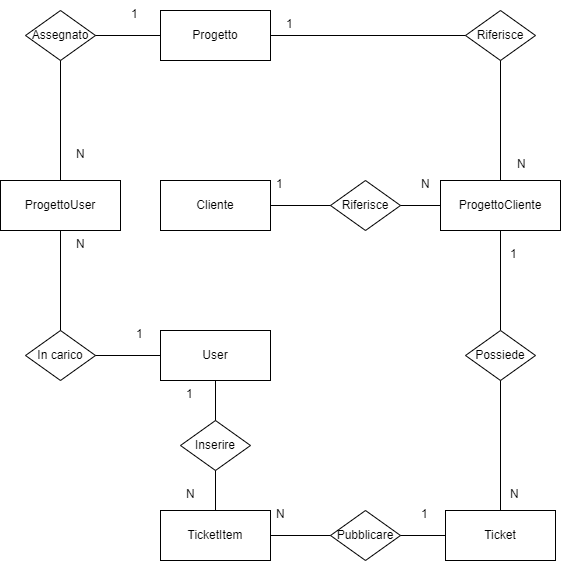
Earlier version of the draw.io export images/diagrammaBase.png (Fawy01/Tesi). Source tidied: cells renumbered, new cells last; positions are measured from the earlier drawing's top-left corner, leaving out a move shared by most shapes. Its diagram source:
```xml
<mxGraphModel>
  <root>
    <mxCell id="0" />
    <mxCell id="1" parent="0" />
    <mxCell id="2" value="Cliente" style="html=1;whiteSpace=wrap;" parent="1" vertex="1">
      <mxGeometry x="160" y="180" width="110" height="50" as="geometry" />
    </mxCell>
    <mxCell id="3" value="User" style="html=1;whiteSpace=wrap;" parent="1" vertex="1">
      <mxGeometry x="160" y="330" width="110" height="50" as="geometry" />
    </mxCell>
    <mxCell id="4" value="Progetto" style="html=1;whiteSpace=wrap;" parent="1" vertex="1">
      <mxGeometry x="160" y="10" width="110" height="50" as="geometry" />
    </mxCell>
    <mxCell id="5" value="Ticket" style="html=1;whiteSpace=wrap;" parent="1" vertex="1">
      <mxGeometry x="445" y="510" width="110" height="50" as="geometry" />
    </mxCell>
    <mxCell id="6" value="TicketItem" style="html=1;whiteSpace=wrap;" parent="1" vertex="1">
      <mxGeometry x="160" y="510" width="110" height="50" as="geometry" />
    </mxCell>
    <mxCell id="7" value="N" style="text;strokeColor=none;fillColor=none;spacingLeft=4;spacingRight=4;overflow=hidden;fontSize=12;whiteSpace=wrap;html=1;" parent="1" vertex="1">
      <mxGeometry x="415" y="170" width="25" height="30" as="geometry" />
    </mxCell>
    <mxCell id="8" value="N" style="text;strokeColor=none;fillColor=none;spacingLeft=4;spacingRight=4;overflow=hidden;fontSize=12;whiteSpace=wrap;html=1;" parent="1" vertex="1">
      <mxGeometry x="511" y="150" width="24" height="30" as="geometry" />
    </mxCell>
    <mxCell id="9" value="ProgettoCliente" style="html=1;whiteSpace=wrap;" parent="1" vertex="1">
      <mxGeometry x="440" y="180" width="120" height="50" as="geometry" />
    </mxCell>
    <mxCell id="10" value="1" style="text;strokeColor=none;fillColor=none;spacingLeft=4;spacingRight=4;overflow=hidden;fontSize=12;whiteSpace=wrap;html=1;" parent="1" vertex="1">
      <mxGeometry x="270" y="170" width="40" height="30" as="geometry" />
    </mxCell>
    <mxCell id="11" value="1" style="text;strokeColor=none;fillColor=none;spacingLeft=4;spacingRight=4;overflow=hidden;fontSize=12;whiteSpace=wrap;html=1;" parent="1" vertex="1">
      <mxGeometry x="280" y="10" width="30" height="30" as="geometry" />
    </mxCell>
    <mxCell id="12" style="endArrow=none;html=1;rounded=0;exitX=0.5;exitY=1;exitDx=0;exitDy=0;entryX=0.5;entryY=0;entryDx=0;entryDy=0;" parent="1" edge="1" source="9" target="19">
      <mxGeometry relative="1" as="geometry" />
    </mxCell>
    <mxCell id="13" value="Riferisce" style="shape=rhombus;perimeter=rhombusPerimeter;whiteSpace=wrap;html=1;align=center;" parent="1" vertex="1">
      <mxGeometry x="330" y="180" width="70" height="50" as="geometry" />
    </mxCell>
    <mxCell id="14" style="endArrow=none;html=1;rounded=0;exitX=0;exitY=0.5;exitDx=0;exitDy=0;entryX=1;entryY=0.5;entryDx=0;entryDy=0;" parent="1" edge="1" source="9" target="13">
      <mxGeometry relative="1" as="geometry" />
    </mxCell>
    <mxCell id="15" style="endArrow=none;html=1;rounded=0;entryX=1;entryY=0.5;entryDx=0;entryDy=0;" parent="1" edge="1" target="2">
      <mxGeometry relative="1" as="geometry">
        <mxPoint x="330" y="205" as="sourcePoint" />
      </mxGeometry>
    </mxCell>
    <mxCell id="16" value="Riferisce" style="shape=rhombus;perimeter=rhombusPerimeter;whiteSpace=wrap;html=1;align=center;" parent="1" vertex="1">
      <mxGeometry x="465" y="10" width="70" height="50" as="geometry" />
    </mxCell>
    <mxCell id="17" style="endArrow=none;html=1;rounded=0;entryX=0.5;entryY=0;entryDx=0;entryDy=0;exitX=0.5;exitY=1;exitDx=0;exitDy=0;" parent="1" edge="1" source="16" target="9">
      <mxGeometry relative="1" as="geometry" />
    </mxCell>
    <mxCell id="18" style="endArrow=none;html=1;rounded=0;entryX=0;entryY=0.5;entryDx=0;entryDy=0;exitX=1;exitY=0.5;exitDx=0;exitDy=0;" parent="1" edge="1" source="4" target="16">
      <mxGeometry relative="1" as="geometry" />
    </mxCell>
    <mxCell id="19" value="Possiede" style="shape=rhombus;perimeter=rhombusPerimeter;whiteSpace=wrap;html=1;align=center;" parent="1" vertex="1">
      <mxGeometry x="465" y="330" width="70" height="50" as="geometry" />
    </mxCell>
    <mxCell id="20" style="endArrow=none;html=1;rounded=0;exitX=0.5;exitY=1;exitDx=0;exitDy=0;entryX=0.5;entryY=0;entryDx=0;entryDy=0;" parent="1" edge="1" source="19" target="5">
      <mxGeometry relative="1" as="geometry" />
    </mxCell>
    <mxCell id="21" value="1" style="text;strokeColor=none;fillColor=none;spacingLeft=4;spacingRight=4;overflow=hidden;fontSize=12;whiteSpace=wrap;html=1;" parent="1" vertex="1">
      <mxGeometry x="504" y="240" width="40" height="30" as="geometry" />
    </mxCell>
    <mxCell id="22" value="Pubblicare" style="shape=rhombus;perimeter=rhombusPerimeter;whiteSpace=wrap;html=1;align=center;" parent="1" vertex="1">
      <mxGeometry x="330" y="510" width="70" height="50" as="geometry" />
    </mxCell>
    <mxCell id="23" style="endArrow=none;html=1;rounded=0;entryX=1;entryY=0.5;entryDx=0;entryDy=0;exitX=0;exitY=0.5;exitDx=0;exitDy=0;" parent="1" edge="1" source="22" target="6">
      <mxGeometry relative="1" as="geometry" />
    </mxCell>
    <mxCell id="24" style="endArrow=none;html=1;rounded=0;exitX=0;exitY=0.5;exitDx=0;exitDy=0;entryX=1;entryY=0.5;entryDx=0;entryDy=0;" parent="1" edge="1" source="5" target="22">
      <mxGeometry relative="1" as="geometry" />
    </mxCell>
    <mxCell id="25" value="N" style="text;strokeColor=none;fillColor=none;spacingLeft=4;spacingRight=4;overflow=hidden;fontSize=12;whiteSpace=wrap;html=1;" parent="1" vertex="1">
      <mxGeometry x="504" y="480" width="25" height="30" as="geometry" />
    </mxCell>
    <mxCell id="26" value="N" style="text;strokeColor=none;fillColor=none;spacingLeft=4;spacingRight=4;overflow=hidden;fontSize=12;whiteSpace=wrap;html=1;" parent="1" vertex="1">
      <mxGeometry x="270" y="500" width="25" height="30" as="geometry" />
    </mxCell>
    <mxCell id="27" value="1" style="text;strokeColor=none;fillColor=none;spacingLeft=4;spacingRight=4;overflow=hidden;fontSize=12;whiteSpace=wrap;html=1;" parent="1" vertex="1">
      <mxGeometry x="415" y="500" width="40" height="30" as="geometry" />
    </mxCell>
    <mxCell id="28" value="Inserire" style="shape=rhombus;perimeter=rhombusPerimeter;whiteSpace=wrap;html=1;align=center;" parent="1" vertex="1">
      <mxGeometry x="180" y="420" width="70" height="50" as="geometry" />
    </mxCell>
    <mxCell id="29" style="endArrow=none;html=1;rounded=0;entryX=0.5;entryY=0;entryDx=0;entryDy=0;exitX=0.5;exitY=1;exitDx=0;exitDy=0;" parent="1" edge="1" source="28" target="6">
      <mxGeometry relative="1" as="geometry" />
    </mxCell>
    <mxCell id="30" style="endArrow=none;html=1;rounded=0;entryX=0.5;entryY=0;entryDx=0;entryDy=0;exitX=0.5;exitY=1;exitDx=0;exitDy=0;" parent="1" edge="1" source="3" target="28">
      <mxGeometry relative="1" as="geometry" />
    </mxCell>
    <mxCell id="31" value="1" style="text;strokeColor=none;fillColor=none;spacingLeft=4;spacingRight=4;overflow=hidden;fontSize=12;whiteSpace=wrap;html=1;" parent="1" vertex="1">
      <mxGeometry x="180" y="380" width="40" height="30" as="geometry" />
    </mxCell>
    <mxCell id="32" value="N" style="text;strokeColor=none;fillColor=none;spacingLeft=4;spacingRight=4;overflow=hidden;fontSize=12;whiteSpace=wrap;html=1;" parent="1" vertex="1">
      <mxGeometry x="180" y="480" width="25" height="30" as="geometry" />
    </mxCell>
    <mxCell id="33" value="ProgettoUser" style="html=1;whiteSpace=wrap;" parent="1" vertex="1">
      <mxGeometry y="180" width="120" height="50" as="geometry" />
    </mxCell>
    <mxCell id="34" value="In carico" style="shape=rhombus;perimeter=rhombusPerimeter;whiteSpace=wrap;html=1;align=center;" parent="1" vertex="1">
      <mxGeometry x="25" y="330" width="70" height="50" as="geometry" />
    </mxCell>
    <mxCell id="35" value="Assegnato" style="shape=rhombus;perimeter=rhombusPerimeter;whiteSpace=wrap;html=1;align=center;" parent="1" vertex="1">
      <mxGeometry x="25" y="10" width="70" height="50" as="geometry" />
    </mxCell>
    <mxCell id="36" style="endArrow=none;html=1;rounded=0;entryX=1;entryY=0.5;entryDx=0;entryDy=0;exitX=0;exitY=0.5;exitDx=0;exitDy=0;" parent="1" edge="1" source="3" target="34">
      <mxGeometry relative="1" as="geometry" />
    </mxCell>
    <mxCell id="37" style="endArrow=none;html=1;rounded=0;entryX=1;entryY=0.5;entryDx=0;entryDy=0;exitX=0;exitY=0.5;exitDx=0;exitDy=0;" parent="1" edge="1" source="4" target="35">
      <mxGeometry relative="1" as="geometry" />
    </mxCell>
    <mxCell id="38" style="endArrow=none;html=1;rounded=0;entryX=0.5;entryY=0;entryDx=0;entryDy=0;exitX=0.5;exitY=1;exitDx=0;exitDy=0;" parent="1" edge="1" source="35" target="33">
      <mxGeometry relative="1" as="geometry" />
    </mxCell>
    <mxCell id="39" style="endArrow=none;html=1;rounded=0;entryX=0.5;entryY=0;entryDx=0;entryDy=0;exitX=0.5;exitY=1;exitDx=0;exitDy=0;" parent="1" edge="1" source="33" target="34">
      <mxGeometry relative="1" as="geometry" />
    </mxCell>
    <mxCell id="40" value="1" style="text;strokeColor=none;fillColor=none;spacingLeft=4;spacingRight=4;overflow=hidden;fontSize=12;whiteSpace=wrap;html=1;" parent="1" vertex="1">
      <mxGeometry x="130" y="320" width="30" height="30" as="geometry" />
    </mxCell>
    <mxCell id="41" value="N" style="text;strokeColor=none;fillColor=none;spacingLeft=4;spacingRight=4;overflow=hidden;fontSize=12;whiteSpace=wrap;html=1;" parent="1" vertex="1">
      <mxGeometry x="70" y="230" width="25" height="30" as="geometry" />
    </mxCell>
    <mxCell id="42" value="1" style="text;strokeColor=none;fillColor=none;spacingLeft=4;spacingRight=4;overflow=hidden;fontSize=12;whiteSpace=wrap;html=1;" parent="1" vertex="1">
      <mxGeometry x="125" width="40" height="30" as="geometry" />
    </mxCell>
    <mxCell id="43" value="N" style="text;strokeColor=none;fillColor=none;spacingLeft=4;spacingRight=4;overflow=hidden;fontSize=12;whiteSpace=wrap;html=1;" parent="1" vertex="1">
      <mxGeometry x="70" y="140" width="25" height="30" as="geometry" />
    </mxCell>
  </root>
</mxGraphModel>
```
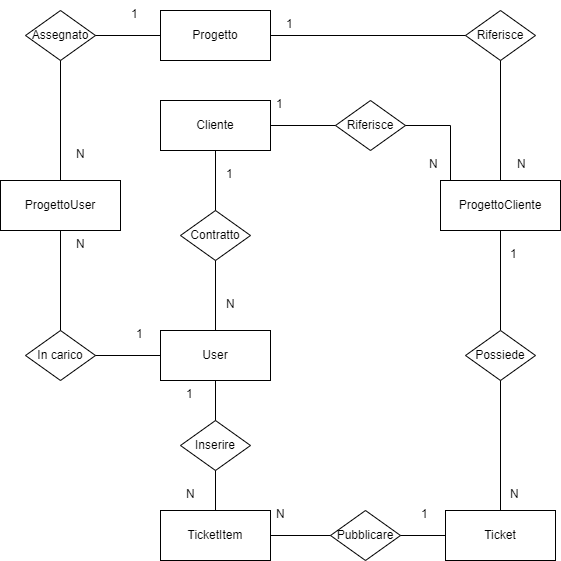
After the commit.

What changed in the source:
```diff
@@ -3,7 +3,7 @@
     <mxCell id="0" />
     <mxCell id="1" parent="0" />
     <mxCell id="2" value="Cliente" style="html=1;whiteSpace=wrap;" parent="1" vertex="1">
-      <mxGeometry x="160" y="180" width="110" height="50" as="geometry" />
+      <mxGeometry x="160" y="100" width="110" height="50" as="geometry" />
     </mxCell>
     <mxCell id="3" value="User" style="html=1;whiteSpace=wrap;" parent="1" vertex="1">
       <mxGeometry x="160" y="330" width="110" height="50" as="geometry" />
@@ -18,7 +18,7 @@
       <mxGeometry x="160" y="510" width="110" height="50" as="geometry" />
     </mxCell>
     <mxCell id="7" value="N" style="text;strokeColor=none;fillColor=none;spacingLeft=4;spacingRight=4;overflow=hidden;fontSize=12;whiteSpace=wrap;html=1;" parent="1" vertex="1">
-      <mxGeometry x="415" y="170" width="25" height="30" as="geometry" />
+      <mxGeometry x="422.5" y="150" width="25" height="30" as="geometry" />
     </mxCell>
     <mxCell id="8" value="N" style="text;strokeColor=none;fillColor=none;spacingLeft=4;spacingRight=4;overflow=hidden;fontSize=12;whiteSpace=wrap;html=1;" parent="1" vertex="1">
       <mxGeometry x="511" y="150" width="24" height="30" as="geometry" />
@@ -27,7 +27,7 @@
       <mxGeometry x="440" y="180" width="120" height="50" as="geometry" />
     </mxCell>
     <mxCell id="10" value="1" style="text;strokeColor=none;fillColor=none;spacingLeft=4;spacingRight=4;overflow=hidden;fontSize=12;whiteSpace=wrap;html=1;" parent="1" vertex="1">
-      <mxGeometry x="270" y="170" width="40" height="30" as="geometry" />
+      <mxGeometry x="270" y="90" width="40" height="30" as="geometry" />
     </mxCell>
     <mxCell id="11" value="1" style="text;strokeColor=none;fillColor=none;spacingLeft=4;spacingRight=4;overflow=hidden;fontSize=12;whiteSpace=wrap;html=1;" parent="1" vertex="1">
       <mxGeometry x="280" y="10" width="30" height="30" as="geometry" />
@@ -36,15 +36,18 @@
       <mxGeometry relative="1" as="geometry" />
     </mxCell>
     <mxCell id="13" value="Riferisce" style="shape=rhombus;perimeter=rhombusPerimeter;whiteSpace=wrap;html=1;align=center;" parent="1" vertex="1">
-      <mxGeometry x="330" y="180" width="70" height="50" as="geometry" />
+      <mxGeometry x="335" y="100" width="70" height="50" as="geometry" />
     </mxCell>
-    <mxCell id="14" style="endArrow=none;html=1;rounded=0;exitX=0;exitY=0.5;exitDx=0;exitDy=0;entryX=1;entryY=0.5;entryDx=0;entryDy=0;" parent="1" edge="1" source="9" target="13">
-      <mxGeometry relative="1" as="geometry" />
+    <mxCell id="14" style="endArrow=none;html=1;rounded=0;entryX=1;entryY=0.5;entryDx=0;entryDy=0;" parent="1" edge="1" target="13">
+      <mxGeometry relative="1" as="geometry">
+        <mxPoint x="450" y="180" as="sourcePoint" />
+        <Array as="points">
+          <mxPoint x="450" y="125" />
+        </Array>
+      </mxGeometry>
     </mxCell>
-    <mxCell id="15" style="endArrow=none;html=1;rounded=0;entryX=1;entryY=0.5;entryDx=0;entryDy=0;" parent="1" edge="1" target="2">
-      <mxGeometry relative="1" as="geometry">
-        <mxPoint x="330" y="205" as="sourcePoint" />
-      </mxGeometry>
+    <mxCell id="15" style="endArrow=none;html=1;rounded=0;entryX=1;entryY=0.5;entryDx=0;entryDy=0;exitX=0;exitY=0.5;exitDx=0;exitDy=0;" parent="1" edge="1" source="13" target="2">
+      <mxGeometry relative="1" as="geometry" />
     </mxCell>
     <mxCell id="16" value="Riferisce" style="shape=rhombus;perimeter=rhombusPerimeter;whiteSpace=wrap;html=1;align=center;" parent="1" vertex="1">
       <mxGeometry x="465" y="10" width="70" height="50" as="geometry" />
@@ -130,5 +133,22 @@
     <mxCell id="43" value="N" style="text;strokeColor=none;fillColor=none;spacingLeft=4;spacingRight=4;overflow=hidden;fontSize=12;whiteSpace=wrap;html=1;" parent="1" vertex="1">
       <mxGeometry x="70" y="140" width="25" height="30" as="geometry" />
     </mxCell>
+    <mxCell id="44" value="Contratto" style="shape=rhombus;perimeter=rhombusPerimeter;whiteSpace=wrap;html=1;align=center;" parent="1" vertex="1">
+      <mxGeometry x="180" y="210" width="70" height="50" as="geometry" />
+    </mxCell>
+    <mxCell id="45" style="endArrow=none;html=1;rounded=0;entryX=0.5;entryY=1;entryDx=0;entryDy=0;exitX=0.5;exitY=0;exitDx=0;exitDy=0;" parent="1" edge="1" source="44" target="2">
+      <mxGeometry relative="1" as="geometry" />
+    </mxCell>
+    <mxCell id="46" style="endArrow=none;html=1;rounded=0;exitX=0.5;exitY=0;exitDx=0;exitDy=0;" parent="1" edge="1" source="3">
+      <mxGeometry relative="1" as="geometry">
+        <mxPoint x="215" y="260" as="targetPoint" />
+      </mxGeometry>
+    </mxCell>
+    <mxCell id="47" value="1" style="text;strokeColor=none;fillColor=none;spacingLeft=4;spacingRight=4;overflow=hidden;fontSize=12;whiteSpace=wrap;html=1;" parent="1" vertex="1">
+      <mxGeometry x="220" y="160" width="40" height="30" as="geometry" />
+    </mxCell>
+    <mxCell id="48" value="N" style="text;strokeColor=none;fillColor=none;spacingLeft=4;spacingRight=4;overflow=hidden;fontSize=12;whiteSpace=wrap;html=1;" parent="1" vertex="1">
+      <mxGeometry x="220" y="290" width="40" height="30" as="geometry" />
+    </mxCell>
   </root>
 </mxGraphModel>
```
